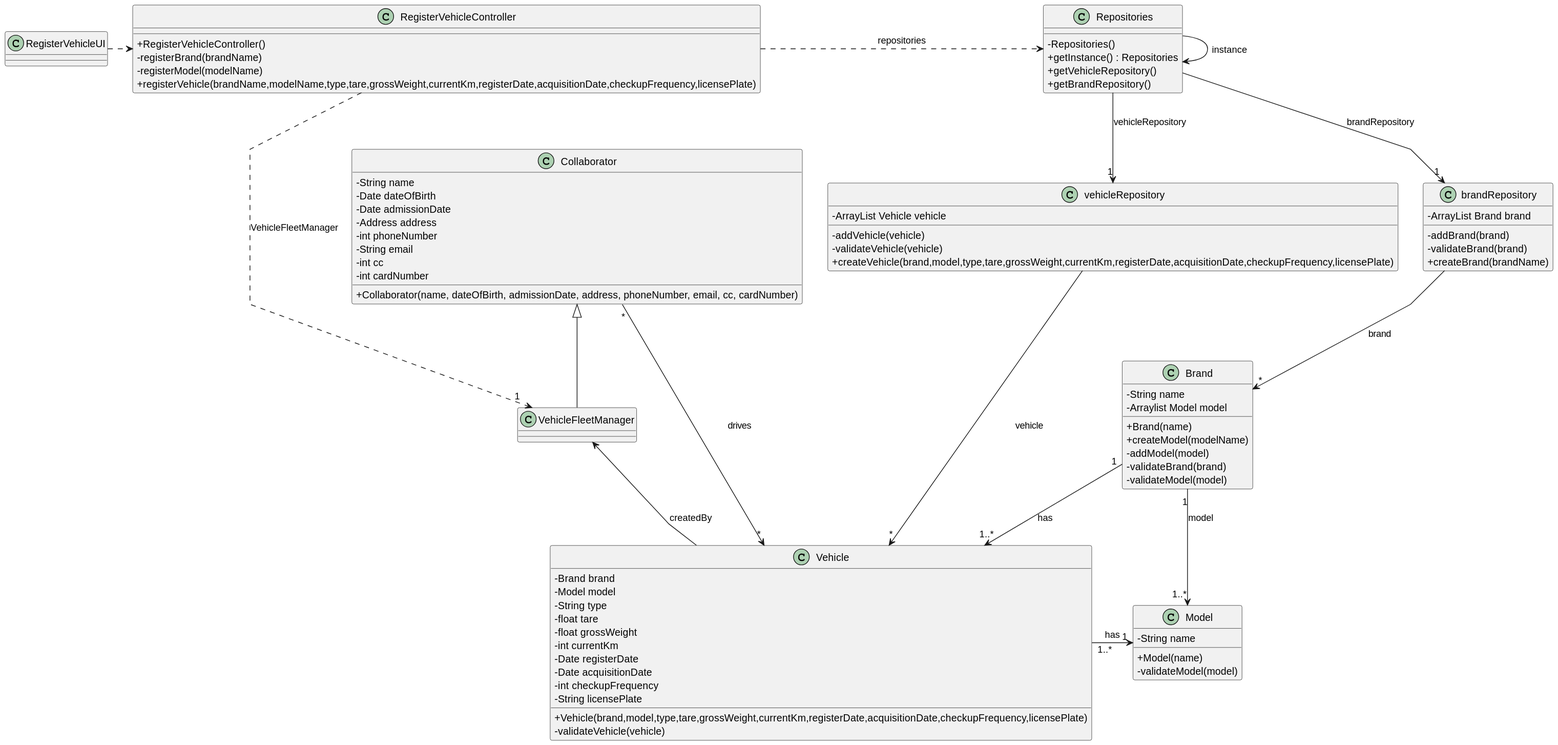
Earlier version of the PlantUML export docs/sprint2/us06/03.design/svg/us06-class-diagram.svg (Departamento-de-Engenharia-Informatica/lei-24-s2-1db-g022).
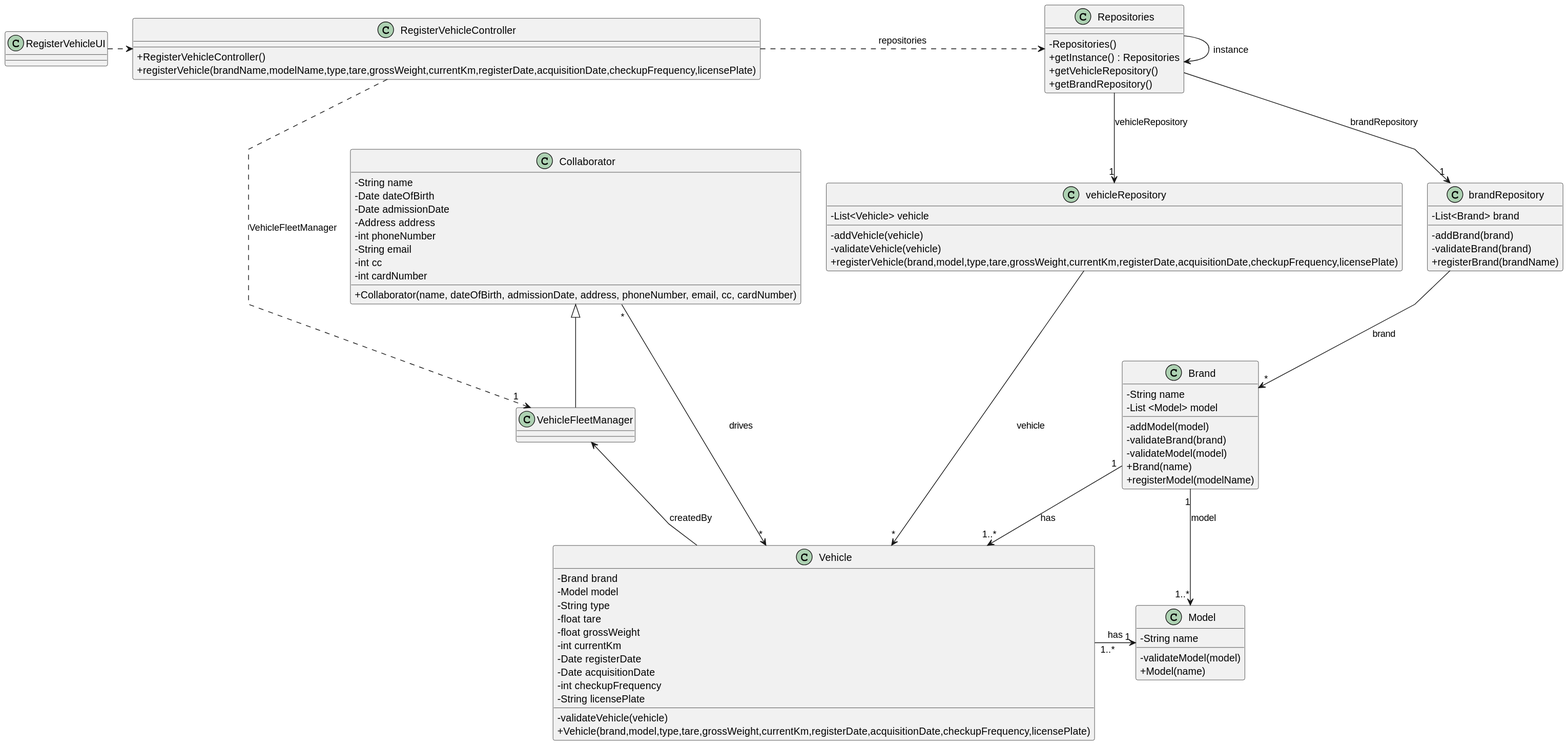
The same file after the commit.

Commit message:
US06 class diagram correction

Diff of the diagram source:
```diff
@@ -8,20 +8,20 @@
 
 class Brand {
     - String name
-    - Arraylist Model model
+    - List <Model> model
 
-    + Brand(name)
-    + createModel(modelName)
     - addModel(model)
     - validateBrand(brand)
     - validateModel(model)
+    + Brand(name)
+    + registerModel(modelName)
 }
 
 class Model {
     - String name
 
+    - validateModel(model)
     + Model(name)
-    - validateModel(model)
 }
 
 class Vehicle {
@@ -36,15 +36,13 @@
     - int checkupFrequency
     - String licensePlate
 
+    - validateVehicle(vehicle)
     + Vehicle(brand,model,type,tare,grossWeight,currentKm,registerDate,acquisitionDate,checkupFrequency,licensePlate)
-    - validateVehicle(vehicle)
 }
 
 class RegisterVehicleController {
 
     + RegisterVehicleController()
-    - registerBrand(brandName)
-    - registerModel(modelName)
     + registerVehicle(brandName,modelName,type,tare,grossWeight,currentKm,registerDate,acquisitionDate,checkupFrequency,licensePlate)
 }
 
@@ -76,19 +74,19 @@
 }
 
 class vehicleRepository {
-    - ArrayList Vehicle vehicle
+    - List<Vehicle> vehicle
 
     - addVehicle(vehicle)
     - validateVehicle(vehicle)
-    + createVehicle(brand,model,type,tare,grossWeight,currentKm,registerDate,acquisitionDate,checkupFrequency,licensePlate)
+    + registerVehicle(brand,model,type,tare,grossWeight,currentKm,registerDate,acquisitionDate,checkupFrequency,licensePlate)
 }
 
 class brandRepository {
-    - ArrayList Brand brand
+    - List<Brand> brand
 
     - addBrand(brand)
     - validateBrand(brand)
-    + createBrand(brandName)
+    + registerBrand(brandName)
 }
 
 RegisterVehicleController .> Repositories : repositories
```
